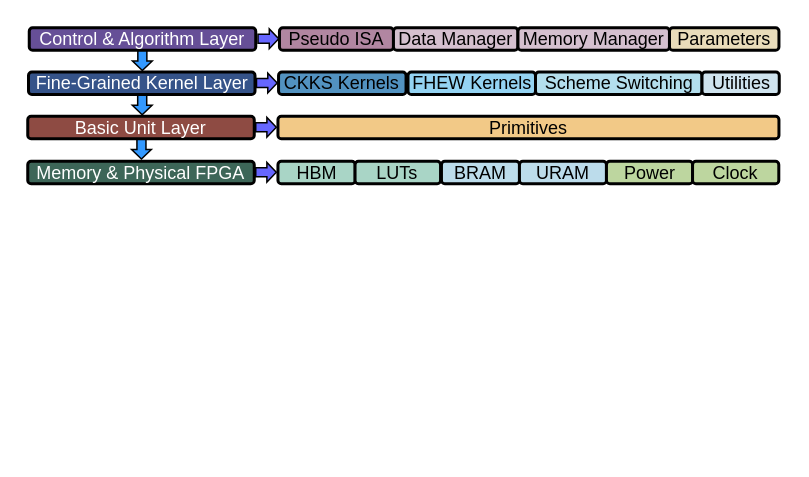
Before: all/DAC_2025/concept.drawio in ZKY6662017/iodraw-files, a draw.io diagram. Source tidied: cells renumbered, new cells numbered last; positions are measured from the earlier drawing's top-left corner, leaving out a move shared by most shapes. Both pictures are drawn from the tidied source at 150%, with x=0, y=0 at pixel (27, 27).
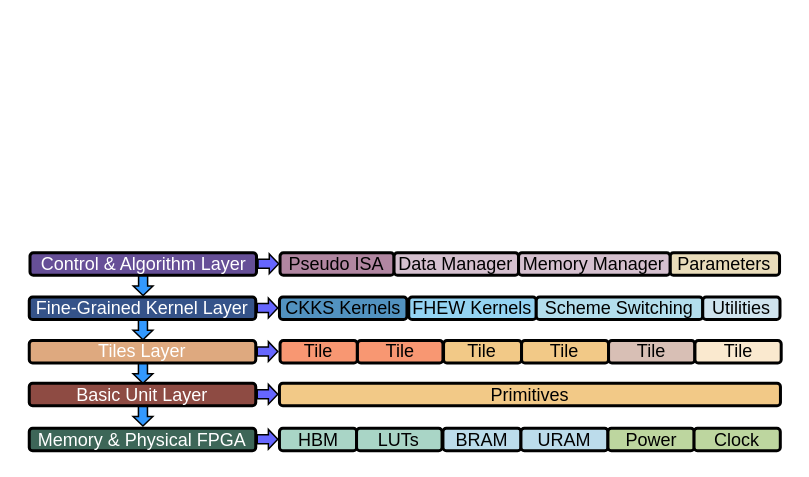
The same diagram, later.

What changed in the source:
```diff
@@
     <mxCell id="2" value="Memory &amp;amp; Physical FPGA" style="rounded=1;whiteSpace=wrap;html=1;fontStyle=0;strokeWidth=2;strokeColor=#000000;fillColor=#3D6658;fontColor=#FFFFFF;" parent="1" vertex="1">
-      <mxGeometry y="89" width="151" height="15" as="geometry" />
+      <mxGeometry x="1" y="267" width="151" height="15" as="geometry" />
     </mxCell>
     <mxCell id="3" value="Basic Unit Layer" style="rounded=1;whiteSpace=wrap;html=1;fontStyle=0;strokeWidth=2;strokeColor=#000000;fillColor=#8E4B43;fontColor=#FFFFFF;" parent="1" vertex="1">
-      <mxGeometry y="59" width="151" height="15" as="geometry" />
+      <mxGeometry x="1" y="237" width="151" height="15" as="geometry" />
     </mxCell>
     <mxCell id="4" value="Fine-Grained Kernel Layer" style="rounded=1;whiteSpace=wrap;html=1;fontStyle=0;strokeWidth=2;strokeColor=#000000;fillColor=#355389;fontColor=#FFFFFF;" parent="1" vertex="1">
-      <mxGeometry x="0.5" y="29.5" width="151" height="15" as="geometry" />
+      <mxGeometry x="1" y="179.5" width="151" height="15" as="geometry" />
     </mxCell>
     <mxCell id="5" value="Control &amp;amp; Algorithm Layer" style="rounded=1;whiteSpace=wrap;html=1;fontStyle=0;strokeWidth=2;strokeColor=#000000;fillColor=#664F97;fontColor=#FFFFFF;" parent="1" vertex="1">
-      <mxGeometry x="1" width="151" height="15" as="geometry" />
+      <mxGeometry x="1.5" y="150" width="151" height="15" as="geometry" />
     </mxCell>
     <mxCell id="6" value="HBM" style="rounded=1;whiteSpace=wrap;html=1;strokeColor=#000000;fillColor=#A9D5C6;fontStyle=0;strokeWidth=2;" parent="1" vertex="1">
-      <mxGeometry x="166.8" y="89" width="51.5" height="15" as="geometry" />
+      <mxGeometry x="167.8" y="267" width="51.5" height="15" as="geometry" />
     </mxCell>
     <mxCell id="7" value="BRAM" style="rounded=1;whiteSpace=wrap;html=1;strokeColor=#000000;fillColor=#BCDCEB;fontStyle=0;strokeWidth=2;" parent="1" vertex="1">
-      <mxGeometry x="275.8" y="89" width="52" height="15" as="geometry" />
+      <mxGeometry x="276.8" y="267" width="52" height="15" as="geometry" />
     </mxCell>
     <mxCell id="8" value="URAM" style="rounded=1;whiteSpace=wrap;html=1;strokeColor=#000000;fillColor=#BCDCEB;fontStyle=0;strokeWidth=2;" parent="1" vertex="1">
-      <mxGeometry x="327.8" y="89" width="58" height="15" as="geometry" />
+      <mxGeometry x="328.8" y="267" width="58" height="15" as="geometry" />
     </mxCell>
     <mxCell id="9" value="LUTs" style="rounded=1;whiteSpace=wrap;html=1;strokeColor=#000000;fillColor=#A9D5C6;fontStyle=0;strokeWidth=2;" parent="1" vertex="1">
-      <mxGeometry x="218.2" y="89" width="57" height="15" as="geometry" />
+      <mxGeometry x="219.2" y="267" width="57" height="15" as="geometry" />
     </mxCell>
     <mxCell id="10" value="Primitives" style="rounded=1;whiteSpace=wrap;html=1;strokeColor=#000000;fillColor=#F2C987;fontStyle=0;strokeWidth=2;" parent="1" vertex="1">
-      <mxGeometry x="166.8" y="59" width="334" height="15" as="geometry" />
+      <mxGeometry x="167.8" y="237" width="334" height="15" as="geometry" />
     </mxCell>
     <mxCell id="11" value="CKKS Kernels" style="rounded=1;whiteSpace=wrap;html=1;strokeColor=#000000;fillColor=#5292C0;fontStyle=0;strokeWidth=2;" parent="1" vertex="1">
-      <mxGeometry x="167.2" y="29.5" width="85" height="15" as="geometry" />
+      <mxGeometry x="167.8" y="179.5" width="85" height="15" as="geometry" />
     </mxCell>
     <mxCell id="12" value="FHEW Kernels" style="rounded=1;whiteSpace=wrap;html=1;strokeColor=#000000;fillColor=#94D3F2;fontStyle=0;strokeWidth=2;" parent="1" vertex="1">
-      <mxGeometry x="253.5" y="29.5" width="85" height="15" as="geometry" />
+      <mxGeometry x="254" y="179.5" width="85" height="15" as="geometry" />
     </mxCell>
     <mxCell id="13" value="Scheme Switching" style="rounded=1;whiteSpace=wrap;html=1;strokeColor=#000000;fillColor=#B3DEED;fontStyle=0;strokeWidth=2;" parent="1" vertex="1">
-      <mxGeometry x="338.5" y="29.5" width="111" height="15" as="geometry" />
+      <mxGeometry x="339" y="179.5" width="111" height="15" as="geometry" />
     </mxCell>
     <mxCell id="14" value="Pseudo ISA" style="rounded=1;whiteSpace=wrap;html=1;strokeColor=#000000;fillColor=#B186A1;fontStyle=0;strokeWidth=2;" parent="1" vertex="1">
-      <mxGeometry x="167.8" width="76" height="15" as="geometry" />
+      <mxGeometry x="168.2" y="150" width="76" height="15" as="geometry" />
     </mxCell>
     <mxCell id="15" value="Data Manager" style="rounded=1;whiteSpace=wrap;html=1;strokeColor=#000000;fillColor=#D5C0CF;fontStyle=0;strokeWidth=2;" parent="1" vertex="1">
-      <mxGeometry x="243.8" width="83" height="15" as="geometry" />
+      <mxGeometry x="244.2" y="150" width="83" height="15" as="geometry" />
     </mxCell>
     <mxCell id="16" value="Parameters" style="rounded=1;whiteSpace=wrap;html=1;strokeColor=#000000;fillColor=#E9DCBA;fontStyle=0;strokeWidth=2;" parent="1" vertex="1">
-      <mxGeometry x="427.8" width="73" height="15" as="geometry" />
+      <mxGeometry x="428.2" y="150" width="73" height="15" as="geometry" />
     </mxCell>
     <mxCell id="17" value="Memory Manager" style="rounded=1;whiteSpace=wrap;html=1;strokeColor=#000000;fillColor=#D5C0CF;fontStyle=0;strokeWidth=2;" parent="1" vertex="1">
-      <mxGeometry x="326.8" width="101" height="15" as="geometry" />
+      <mxGeometry x="327.2" y="150" width="101" height="15" as="geometry" />
     </mxCell>
     <mxCell id="18" value="Utilities" style="rounded=1;whiteSpace=wrap;html=1;strokeColor=#000000;fillColor=#CFE3EE;fontStyle=0;strokeWidth=2;" parent="1" vertex="1">
-      <mxGeometry x="449.5" y="29.5" width="51.5" height="15" as="geometry" />
+      <mxGeometry x="450" y="179.5" width="51.5" height="15" as="geometry" />
     </mxCell>
     <mxCell id="19" value="Power" style="rounded=1;whiteSpace=wrap;html=1;strokeColor=#000000;fillColor=#BDD69F;fontStyle=0;strokeWidth=2;" parent="1" vertex="1">
-      <mxGeometry x="385.8" y="89" width="57.5" height="15" as="geometry" />
+      <mxGeometry x="386.8" y="267" width="57.5" height="15" as="geometry" />
     </mxCell>
     <mxCell id="20" value="Clock" style="rounded=1;whiteSpace=wrap;html=1;strokeColor=#000000;fillColor=#BDD69F;fontStyle=0;strokeWidth=2;" parent="1" vertex="1">
-      <mxGeometry x="443.2" y="89" width="57.5" height="15" as="geometry" />
+      <mxGeometry x="444.2" y="267" width="57.5" height="15" as="geometry" />
     </mxCell>
-    <mxCell id="21" style="shape=flexArrow;endArrow=classic;html=1;rounded=0;width=6.027397260273973;endSize=1.7589041095890412;endWidth=6.111111111111111;fillColor=#3399FF;entryX=0.5;entryY=0;entryDx=0;entryDy=0;exitX=0.5;exitY=1;exitDx=0;exitDy=0;" parent="1" edge="1">
-      <mxGeometry relative="1" as="geometry">
-        <mxPoint x="76.3" y="44.5" as="sourcePoint" />
-        <mxPoint x="76.3" y="58.5" as="targetPoint" />
-      </mxGeometry>
-    </mxCell>
-    <mxCell id="22" style="shape=flexArrow;endArrow=classic;html=1;rounded=0;width=6.027397260273973;endSize=1.7589041095890412;endWidth=6.111111111111111;fillColor=#3399FF;entryX=0.5;entryY=0;entryDx=0;entryDy=0;exitX=0.5;exitY=1;exitDx=0;exitDy=0;" parent="1" edge="1">
-      <mxGeometry relative="1" as="geometry">
-        <mxPoint x="76.4" y="15" as="sourcePoint" />
-        <mxPoint x="76.4" y="29" as="targetPoint" />
-      </mxGeometry>
-    </mxCell>
-    <mxCell id="23" style="shape=flexArrow;endArrow=classic;html=1;rounded=0;width=6.027397260273973;endSize=1.7589041095890412;endWidth=6.111111111111111;fillColor=#3399FF;entryX=0.5;entryY=0;entryDx=0;entryDy=0;" parent="1" edge="1">
-      <mxGeometry relative="1" as="geometry">
-        <mxPoint x="75.8" y="74" as="sourcePoint" />
-        <mxPoint x="75.8" y="88" as="targetPoint" />
-      </mxGeometry>
-    </mxCell>
-    <mxCell id="24" style="shape=flexArrow;endArrow=classic;html=1;rounded=0;width=6.027397260273973;endSize=1.7589041095890412;endWidth=6.111111111111111;fillColor=#6666FF;entryX=0.5;entryY=0;entryDx=0;entryDy=0;" parent="1" edge="1">
-      <mxGeometry relative="1" as="geometry">
-        <mxPoint x="153" y="7.4" as="sourcePoint" />
-        <mxPoint x="167.8" y="7.4" as="targetPoint" />
-      </mxGeometry>
-    </mxCell>
-    <mxCell id="25" style="shape=flexArrow;endArrow=classic;html=1;rounded=0;width=6.027397260273973;endSize=1.7589041095890412;endWidth=6.111111111111111;fillColor=#6666FF;entryX=0.5;entryY=0;entryDx=0;entryDy=0;" parent="1" edge="1">
-      <mxGeometry relative="1" as="geometry">
-        <mxPoint x="152" y="36.9" as="sourcePoint" />
-        <mxPoint x="166.8" y="36.9" as="targetPoint" />
-      </mxGeometry>
-    </mxCell>
-    <mxCell id="26" style="shape=flexArrow;endArrow=classic;html=1;rounded=0;width=6.027397260273973;endSize=1.7589041095890412;endWidth=6.111111111111111;fillColor=#6666FF;entryX=0.5;entryY=0;entryDx=0;entryDy=0;" parent="1" edge="1">
-      <mxGeometry relative="1" as="geometry">
-        <mxPoint x="151.5" y="66.4" as="sourcePoint" />
-        <mxPoint x="166.2" y="66.4" as="targetPoint" />
-      </mxGeometry>
-    </mxCell>
-    <mxCell id="27" style="shape=flexArrow;endArrow=classic;html=1;rounded=0;width=6.027397260273973;endSize=1.7589041095890412;endWidth=6.111111111111111;fillColor=#6666FF;entryX=0.5;entryY=0;entryDx=0;entryDy=0;" parent="1" edge="1">
-      <mxGeometry relative="1" as="geometry">
-        <mxPoint x="151.5" y="96.4" as="sourcePoint" />
-        <mxPoint x="166.2" y="96.4" as="targetPoint" />
-      </mxGeometry>
-    </mxCell>
+    <mxCell id="28" style="shape=flexArrow;endArrow=classic;html=1;rounded=0;width=6.027397260273973;endSize=1.7589041095890412;endWidth=6.111111111111111;fillColor=#3399FF;entryX=0.5;entryY=0;entryDx=0;entryDy=0;exitX=0.5;exitY=1;exitDx=0;exitDy=0;" parent="1" edge="1">
+      <mxGeometry relative="1" as="geometry">
+        <mxPoint x="76.8" y="194.5" as="sourcePoint" />
+        <mxPoint x="76.8" y="208.5" as="targetPoint" />
+      </mxGeometry>
+    </mxCell>
+    <mxCell id="29" style="shape=flexArrow;endArrow=classic;html=1;rounded=0;width=6.027397260273973;endSize=1.7589041095890412;endWidth=6.111111111111111;fillColor=#3399FF;entryX=0.5;entryY=0;entryDx=0;entryDy=0;exitX=0.5;exitY=1;exitDx=0;exitDy=0;" parent="1" edge="1">
+      <mxGeometry relative="1" as="geometry">
+        <mxPoint x="76.9" y="165" as="sourcePoint" />
+        <mxPoint x="76.9" y="179" as="targetPoint" />
+      </mxGeometry>
+    </mxCell>
+    <mxCell id="30" style="shape=flexArrow;endArrow=classic;html=1;rounded=0;width=6.027397260273973;endSize=1.7589041095890412;endWidth=6.111111111111111;fillColor=#3399FF;entryX=0.5;entryY=0;entryDx=0;entryDy=0;" parent="1" edge="1">
+      <mxGeometry relative="1" as="geometry">
+        <mxPoint x="76.8" y="252" as="sourcePoint" />
+        <mxPoint x="76.8" y="266" as="targetPoint" />
+      </mxGeometry>
+    </mxCell>
+    <mxCell id="31" style="shape=flexArrow;endArrow=classic;html=1;rounded=0;width=6.027397260273973;endSize=1.7589041095890412;endWidth=6.111111111111111;fillColor=#6666FF;entryX=0.5;entryY=0;entryDx=0;entryDy=0;" parent="1" edge="1">
+      <mxGeometry relative="1" as="geometry">
+        <mxPoint x="153" y="157.4" as="sourcePoint" />
+        <mxPoint x="167.8" y="157.4" as="targetPoint" />
+      </mxGeometry>
+    </mxCell>
+    <mxCell id="32" style="shape=flexArrow;endArrow=classic;html=1;rounded=0;width=6.027397260273973;endSize=1.7589041095890412;endWidth=6.111111111111111;fillColor=#6666FF;entryX=0.5;entryY=0;entryDx=0;entryDy=0;" parent="1" edge="1">
+      <mxGeometry relative="1" as="geometry">
+        <mxPoint x="152.5" y="186.9" as="sourcePoint" />
+        <mxPoint x="167.2" y="186.9" as="targetPoint" />
+      </mxGeometry>
+    </mxCell>
+    <mxCell id="33" style="shape=flexArrow;endArrow=classic;html=1;rounded=0;width=6.027397260273973;endSize=1.7589041095890412;endWidth=6.111111111111111;fillColor=#6666FF;entryX=0.5;entryY=0;entryDx=0;entryDy=0;" parent="1" edge="1">
+      <mxGeometry relative="1" as="geometry">
+        <mxPoint x="152.5" y="244.4" as="sourcePoint" />
+        <mxPoint x="167.2" y="244.4" as="targetPoint" />
+      </mxGeometry>
+    </mxCell>
+    <mxCell id="34" style="shape=flexArrow;endArrow=classic;html=1;rounded=0;width=6.027397260273973;endSize=1.7589041095890412;endWidth=6.111111111111111;fillColor=#6666FF;entryX=0.5;entryY=0;entryDx=0;entryDy=0;" parent="1" edge="1">
+      <mxGeometry relative="1" as="geometry">
+        <mxPoint x="152.5" y="274.4" as="sourcePoint" />
+        <mxPoint x="167.2" y="274.4" as="targetPoint" />
+      </mxGeometry>
+    </mxCell>
+    <mxCell id="35" value="Tiles Layer" style="rounded=1;whiteSpace=wrap;html=1;fontStyle=0;strokeWidth=2;strokeColor=#000000;fillColor=light-dark(#dea97f, #cf958e);fontColor=#FFFFFF;" parent="1" vertex="1">
+      <mxGeometry x="1" y="208.5" width="151" height="15" as="geometry" />
+    </mxCell>
+    <mxCell id="36" style="shape=flexArrow;endArrow=classic;html=1;rounded=0;width=6.027397260273973;endSize=1.7589041095890412;endWidth=6.111111111111111;fillColor=#3399FF;entryX=0.5;entryY=0;entryDx=0;entryDy=0;" parent="1" edge="1">
+      <mxGeometry relative="1" as="geometry">
+        <mxPoint x="76.8" y="223.5" as="sourcePoint" />
+        <mxPoint x="76.8" y="237.5" as="targetPoint" />
+      </mxGeometry>
+    </mxCell>
+    <mxCell id="37" style="shape=flexArrow;endArrow=classic;html=1;rounded=0;width=6.027397260273973;endSize=1.7589041095890412;endWidth=6.111111111111111;fillColor=#6666FF;entryX=0.5;entryY=0;entryDx=0;entryDy=0;" parent="1" edge="1">
+      <mxGeometry relative="1" as="geometry">
+        <mxPoint x="152.5" y="215.9" as="sourcePoint" />
+        <mxPoint x="167.2" y="215.9" as="targetPoint" />
+      </mxGeometry>
+    </mxCell>
+    <mxCell id="38" value="Tile" style="rounded=1;whiteSpace=wrap;html=1;strokeColor=#000000;fillColor=light-dark(#f89772, #22483b);fontStyle=0;strokeWidth=2;" parent="1" vertex="1">
+      <mxGeometry x="168.2" y="208.5" width="51.5" height="15" as="geometry" />
+    </mxCell>
+    <mxCell id="39" value="Tile" style="rounded=1;whiteSpace=wrap;html=1;strokeColor=#000000;fillColor=light-dark(#f2c987, #1f3a47);fontStyle=0;strokeWidth=2;" parent="1" vertex="1">
+      <mxGeometry x="277.2" y="208.5" width="52" height="15" as="geometry" />
+    </mxCell>
+    <mxCell id="40" value="Tile" style="rounded=1;whiteSpace=wrap;html=1;strokeColor=#000000;fillColor=light-dark(#f2c987, #1f3a47);fontStyle=0;strokeWidth=2;" parent="1" vertex="1">
+      <mxGeometry x="329.2" y="208.5" width="58" height="15" as="geometry" />
+    </mxCell>
+    <mxCell id="41" value="Tile" style="rounded=1;whiteSpace=wrap;html=1;strokeColor=#000000;fillColor=light-dark(#f89772, #22483b);fontStyle=0;strokeWidth=2;" parent="1" vertex="1">
+      <mxGeometry x="219.8" y="208.5" width="57" height="15" as="geometry" />
+    </mxCell>
+    <mxCell id="42" value="Tile" style="rounded=1;whiteSpace=wrap;html=1;strokeColor=#000000;fillColor=light-dark(#d8bfb5, #2f4516);fontStyle=0;strokeWidth=2;" parent="1" vertex="1">
+      <mxGeometry x="387.2" y="208.5" width="57.5" height="15" as="geometry" />
+    </mxCell>
+    <mxCell id="43" value="Tile" style="rounded=1;whiteSpace=wrap;html=1;strokeColor=#000000;fillColor=light-dark(#fae9cf, #2f4516);fontStyle=0;strokeWidth=2;" parent="1" vertex="1">
+      <mxGeometry x="444.8" y="208.5" width="57.5" height="15" as="geometry" />
+    </mxCell>
```
